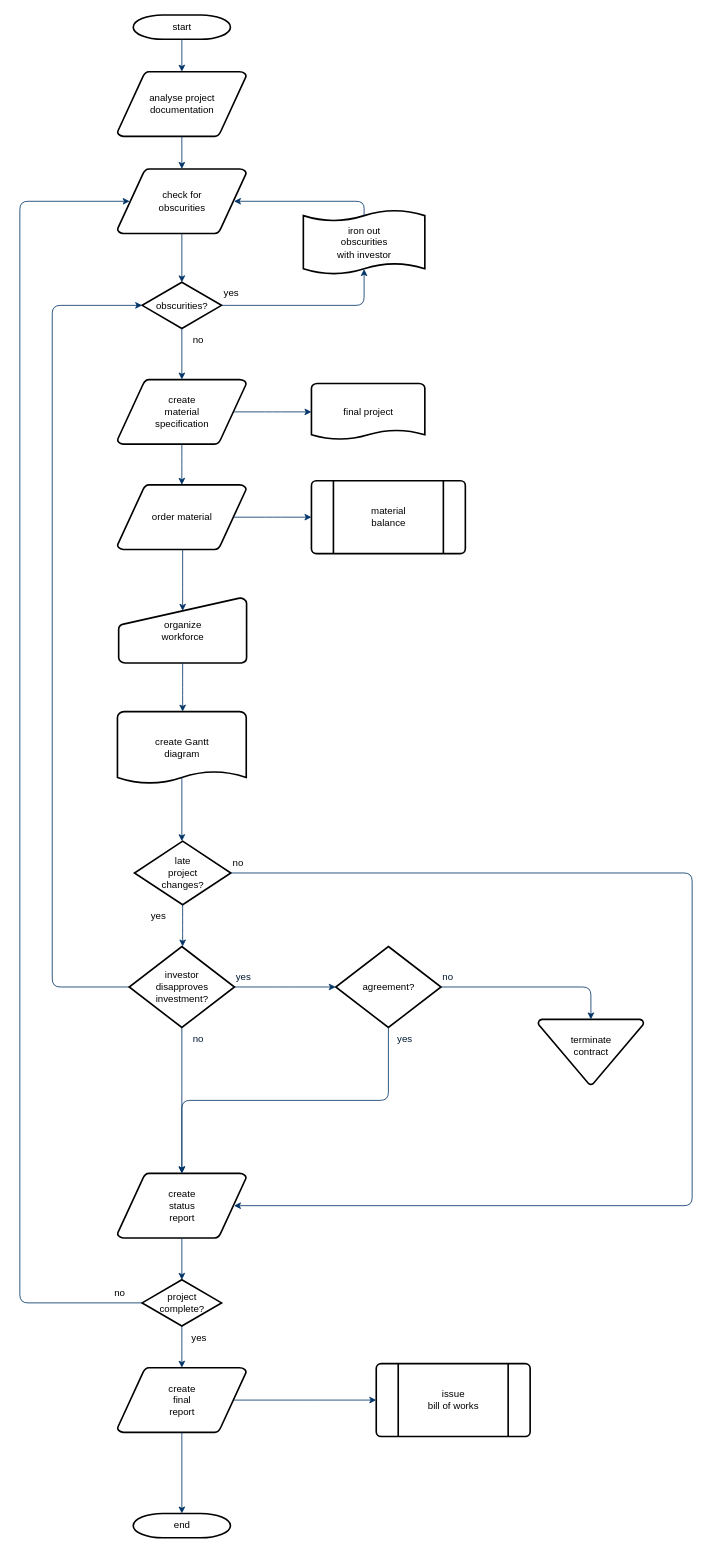
The draw.io diagram diagrams/if_else_diagram.drawio in NimblePython/BasicRepository, before the edit. Source tidied: cells renumbered, new cells numbered last; positions are measured from the earlier drawing's top-left corner, leaving out a move shared by most shapes. Both pictures are drawn from the tidied source at 81%, with x=0, y=0 at pixel (19, 15).
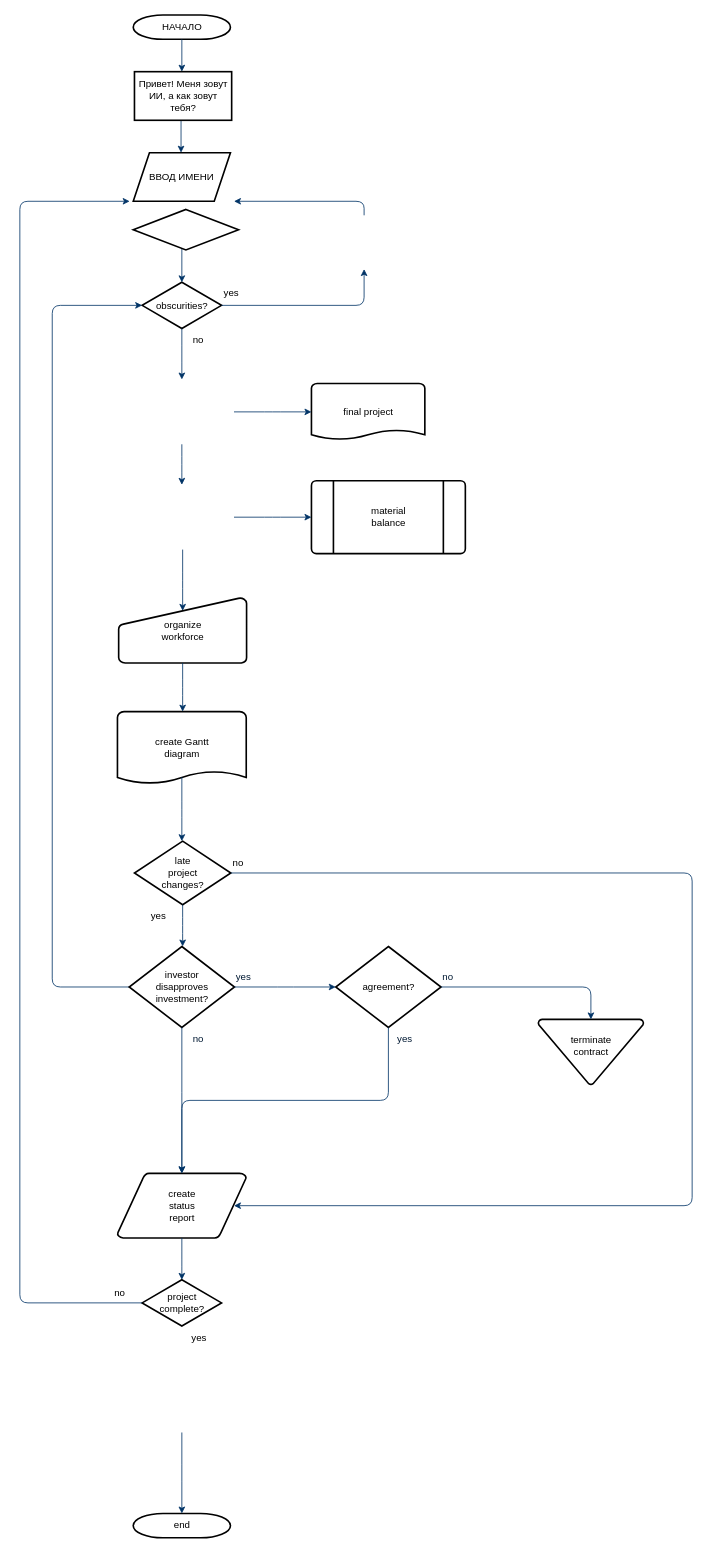
The same page after the edit.

Unchanged cells that the change refers to:
```xml
<mxCell id="6" value="obscurities?" style="shape=mxgraph.flowchart.decision;strokeWidth=2;gradientColor=none;gradientDirection=north;fontStyle=0;html=1;" parent="1" vertex="1">
  <mxGeometry x="151" y="330" width="98" height="57" as="geometry" />
</mxCell>
<mxCell id="15" value="final project" style="shape=mxgraph.flowchart.document;strokeWidth=2;gradientColor=none;gradientDirection=north;fontStyle=0;html=1;" parent="1" vertex="1">
  <mxGeometry x="360" y="455" width="140" height="70" as="geometry" />
</mxCell>
<mxCell id="18" value="material&#10;balance" style="shape=mxgraph.flowchart.predefined_process;strokeWidth=2;gradientColor=none;gradientDirection=north;fontStyle=0;html=1;" parent="1" vertex="1">
  <mxGeometry x="360" y="575" width="190" height="90" as="geometry" />
</mxCell>
<mxCell id="20" value="organize &#10;workforce" style="shape=mxgraph.flowchart.manual_input;strokeWidth=2;gradientColor=none;gradientDirection=north;fontStyle=0;html=1;" parent="1" vertex="1">
  <mxGeometry x="122" y="720" width="158" height="80" as="geometry" />
</mxCell>
<mxCell id="37" value="project&#10;complete?" style="shape=mxgraph.flowchart.decision;strokeWidth=2;gradientColor=none;gradientDirection=north;fontStyle=0;html=1;" parent="1" vertex="1">
  <mxGeometry x="151" y="1561.5" width="98" height="57" as="geometry" />
</mxCell>
<mxCell id="40" value="end" style="shape=mxgraph.flowchart.terminator;strokeWidth=2;gradientColor=none;gradientDirection=north;fontStyle=0;html=1;" parent="1" vertex="1">
  <mxGeometry x="140" y="1850" width="120" height="30" as="geometry" />
</mxCell>
```

Change to the diagram source:
```diff
@@
-    <mxCell id="2" value="start" style="shape=mxgraph.flowchart.terminator;strokeWidth=2;gradientColor=none;gradientDirection=north;fontStyle=0;html=1;" parent="1" vertex="1">
+    <mxCell id="2" value="НАЧАЛО" style="shape=mxgraph.flowchart.terminator;strokeWidth=2;gradientColor=none;gradientDirection=north;fontStyle=0;html=1;" parent="1" vertex="1">
       <mxGeometry x="140" width="120" height="30" as="geometry" />
     </mxCell>
-    <mxCell id="3" value="analyse project&#10; documentation" style="shape=mxgraph.flowchart.data;strokeWidth=2;gradientColor=none;gradientDirection=north;fontStyle=0;html=1;" parent="1" vertex="1">
-      <mxGeometry x="120.5" y="70" width="159" height="80" as="geometry" />
-    </mxCell>
-    <mxCell id="4" value="create&#10;material&#10;specification" style="shape=mxgraph.flowchart.data;strokeWidth=2;gradientColor=none;gradientDirection=north;fontStyle=0;html=1;" parent="1" vertex="1">
-      <mxGeometry x="120.5" y="450" width="159" height="80" as="geometry" />
-    </mxCell>
-    <mxCell id="5" value="check for&#10;obscurities" style="shape=mxgraph.flowchart.data;strokeWidth=2;gradientColor=none;gradientDirection=north;fontStyle=0;html=1;" parent="1" vertex="1">
-      <mxGeometry x="120.5" y="190" width="159" height="80" as="geometry" />
-    </mxCell>
@@
-    <mxCell id="7" style="fontStyle=1;strokeColor=#003366;strokeWidth=1;html=1;" parent="1" edge="1" source="2" target="3">
-      <mxGeometry relative="1" as="geometry" />
+    <mxCell id="7" style="fontStyle=1;strokeColor=#003366;strokeWidth=1;html=1;" parent="1" edge="1" source="2">
+      <mxGeometry relative="1" as="geometry">
+        <mxPoint x="200" y="70" as="targetPoint" />
+      </mxGeometry>
     </mxCell>
-    <mxCell id="8" style="fontStyle=1;strokeColor=#003366;strokeWidth=1;html=1;" parent="1" edge="1" source="3" target="5">
-      <mxGeometry relative="1" as="geometry" />
+    <mxCell id="8" style="fontStyle=1;strokeColor=#003366;strokeWidth=1;html=1;" parent="1" edge="1">
+      <mxGeometry relative="1" as="geometry">
+        <mxPoint x="199" y="130" as="sourcePoint" />
+        <mxPoint x="199" y="170" as="targetPoint" />
+      </mxGeometry>
     </mxCell>
-    <mxCell id="9" style="entryX=0.5;entryY=0;entryPerimeter=0;fontStyle=1;strokeColor=#003366;strokeWidth=1;html=1;" parent="1" edge="1" source="5" target="6">
-      <mxGeometry relative="1" as="geometry" />
+    <mxCell id="9" style="entryX=0.5;entryY=0;entryPerimeter=0;fontStyle=1;strokeColor=#003366;strokeWidth=1;html=1;" parent="1" edge="1" target="6">
+      <mxGeometry relative="1" as="geometry">
+        <mxPoint x="200" y="270" as="sourcePoint" />
+      </mxGeometry>
     </mxCell>
-    <mxCell id="10" style="edgeStyle=elbowEdgeStyle;elbow=horizontal;entryX=0.5;entryY=0.91;entryPerimeter=0;exitX=1;exitY=0.5;exitPerimeter=0;fontStyle=1;strokeColor=#003366;strokeWidth=1;html=1;" parent="1" edge="1" source="6" target="51">
+    <mxCell id="10" style="edgeStyle=elbowEdgeStyle;elbow=horizontal;entryX=0.5;entryY=0.91;entryPerimeter=0;exitX=1;exitY=0.5;exitPerimeter=0;fontStyle=1;strokeColor=#003366;strokeWidth=1;html=1;" parent="1" edge="1" source="6">
       <mxGeometry x="381" y="28.5" as="geometry">
+        <mxPoint x="425" y="313.7" as="targetPoint" />
         <Array as="points">
           <mxPoint x="425" y="340" />
         </Array>
       </mxGeometry>
     </mxCell>
@@
-    <mxCell id="12" style="edgeStyle=elbowEdgeStyle;elbow=horizontal;fontColor=#001933;fontStyle=1;strokeColor=#003366;strokeWidth=1;html=1;" parent="1" edge="1" source="6" target="4">
-      <mxGeometry as="geometry" />
+    <mxCell id="12" style="edgeStyle=elbowEdgeStyle;elbow=horizontal;fontColor=#001933;fontStyle=1;strokeColor=#003366;strokeWidth=1;html=1;" parent="1" edge="1" source="6">
+      <mxGeometry as="geometry">
+        <mxPoint x="200" y="450" as="targetPoint" />
+      </mxGeometry>
     </mxCell>
-    <mxCell id="13" value="order material" style="shape=mxgraph.flowchart.data;strokeWidth=2;gradientColor=none;gradientDirection=north;fontStyle=0;html=1;" parent="1" vertex="1">
-      <mxGeometry x="120.5" y="580" width="159" height="80" as="geometry" />
-    </mxCell>
@@
-    <mxCell id="16" style="edgeStyle=elbowEdgeStyle;elbow=horizontal;exitX=0.905;exitY=0.5;exitPerimeter=0;fontStyle=1;strokeColor=#003366;strokeWidth=1;html=1;" parent="1" edge="1" source="4" target="15">
-      <mxGeometry as="geometry" />
+    <mxCell id="16" style="edgeStyle=elbowEdgeStyle;elbow=horizontal;exitX=0.905;exitY=0.5;exitPerimeter=0;fontStyle=1;strokeColor=#003366;strokeWidth=1;html=1;" parent="1" edge="1" target="15">
+      <mxGeometry as="geometry">
+        <mxPoint x="264.4" y="490" as="sourcePoint" />
+      </mxGeometry>
     </mxCell>
-    <mxCell id="17" style="edgeStyle=elbowEdgeStyle;elbow=horizontal;fontStyle=1;strokeColor=#003366;strokeWidth=1;html=1;" parent="1" edge="1" source="4" target="13">
-      <mxGeometry as="geometry" />
+    <mxCell id="17" style="edgeStyle=elbowEdgeStyle;elbow=horizontal;fontStyle=1;strokeColor=#003366;strokeWidth=1;html=1;" parent="1" edge="1">
+      <mxGeometry as="geometry">
+        <mxPoint x="200" y="530" as="sourcePoint" />
+        <mxPoint x="200" y="580" as="targetPoint" />
+      </mxGeometry>
     </mxCell>
@@
-    <mxCell id="19" style="edgeStyle=elbowEdgeStyle;elbow=horizontal;exitX=0.905;exitY=0.5;exitPerimeter=0;fontStyle=1;strokeColor=#003366;strokeWidth=1;html=1;" parent="1" edge="1" source="13" target="18">
-      <mxGeometry as="geometry" />
+    <mxCell id="19" style="edgeStyle=elbowEdgeStyle;elbow=horizontal;exitX=0.905;exitY=0.5;exitPerimeter=0;fontStyle=1;strokeColor=#003366;strokeWidth=1;html=1;" parent="1" edge="1" target="18">
+      <mxGeometry as="geometry">
+        <mxPoint x="264.4" y="620" as="sourcePoint" />
+      </mxGeometry>
     </mxCell>
@@
-    <mxCell id="21" style="edgeStyle=elbowEdgeStyle;elbow=horizontal;entryX=0.5;entryY=0.195;entryPerimeter=0;fontStyle=1;strokeColor=#003366;strokeWidth=1;html=1;" parent="1" edge="1" source="13" target="20">
-      <mxGeometry as="geometry" />
+    <mxCell id="21" style="edgeStyle=elbowEdgeStyle;elbow=horizontal;entryX=0.5;entryY=0.195;entryPerimeter=0;fontStyle=1;strokeColor=#003366;strokeWidth=1;html=1;" parent="1" edge="1" target="20">
+      <mxGeometry as="geometry">
+        <mxPoint x="201" y="660" as="sourcePoint" />
+      </mxGeometry>
     </mxCell>
@@
-    <mxCell id="38" value="create&#10;final&#10;report" style="shape=mxgraph.flowchart.data;strokeWidth=2;gradientColor=none;gradientDirection=north;fontStyle=0;html=1;" parent="1" vertex="1">
-      <mxGeometry x="120.5" y="1670" width="159" height="80" as="geometry" />
-    </mxCell>
-    <mxCell id="39" value="issue&#10;bill of works" style="shape=mxgraph.flowchart.predefined_process;strokeWidth=2;gradientColor=none;gradientDirection=north;fontStyle=0;html=1;" parent="1" vertex="1">
-      <mxGeometry x="440" y="1665" width="190" height="90" as="geometry" />
-    </mxCell>
@@
-    <mxCell id="42" style="edgeStyle=elbowEdgeStyle;elbow=vertical;exitX=0.5;exitY=1;exitPerimeter=0;entryX=0.5;entryY=0;entryPerimeter=0;fontStyle=1;strokeColor=#003366;strokeWidth=1;html=1;" parent="1" edge="1" source="37" target="38">
-      <mxGeometry as="geometry" />
-    </mxCell>
-    <mxCell id="43" style="edgeStyle=elbowEdgeStyle;elbow=vertical;exitX=0.5;exitY=1;exitPerimeter=0;entryX=0.5;entryY=0;entryPerimeter=0;fontStyle=1;strokeColor=#003366;strokeWidth=1;html=1;" parent="1" edge="1" source="38" target="40">
-      <mxGeometry as="geometry" />
+    <mxCell id="43" style="edgeStyle=elbowEdgeStyle;elbow=vertical;exitX=0.5;exitY=1;exitPerimeter=0;entryX=0.5;entryY=0;entryPerimeter=0;fontStyle=1;strokeColor=#003366;strokeWidth=1;html=1;" parent="1" edge="1" target="40">
+      <mxGeometry as="geometry">
+        <mxPoint x="200" y="1750" as="sourcePoint" />
+      </mxGeometry>
     </mxCell>
-    <mxCell id="44" style="edgeStyle=elbowEdgeStyle;elbow=vertical;exitX=0.905;exitY=0.5;exitPerimeter=0;entryX=0;entryY=0.5;entryPerimeter=0;fontStyle=1;strokeColor=#003366;strokeWidth=1;html=1;" parent="1" edge="1" source="38" target="39">
-      <mxGeometry as="geometry" />
-    </mxCell>
@@
-    <mxCell id="51" value="iron out&#10;obscurities &#10;with investor" style="shape=mxgraph.flowchart.paper_tape;strokeWidth=2;gradientColor=none;gradientDirection=north;fontStyle=0;html=1;" parent="1" vertex="1">
-      <mxGeometry x="350" y="240" width="150" height="81" as="geometry" />
-    </mxCell>
-    <mxCell id="52" style="edgeStyle=elbowEdgeStyle;elbow=horizontal;exitX=0.5;exitY=0.09;exitPerimeter=0;entryX=0.905;entryY=0.5;entryPerimeter=0;fontStyle=1;strokeColor=#003366;strokeWidth=1;html=1;" parent="1" edge="1" source="51" target="5">
+    <mxCell id="52" style="edgeStyle=elbowEdgeStyle;elbow=horizontal;exitX=0.5;exitY=0.09;exitPerimeter=0;entryX=0.905;entryY=0.5;entryPerimeter=0;fontStyle=1;strokeColor=#003366;strokeWidth=1;html=1;" parent="1" edge="1">
       <mxGeometry as="geometry">
+        <mxPoint x="425" y="247.3" as="sourcePoint" />
+        <mxPoint x="264.4" y="230" as="targetPoint" />
         <Array as="points">
           <mxPoint x="425" y="240" />
         </Array>
       </mxGeometry>
     </mxCell>
@@
-    <mxCell id="54" style="edgeStyle=elbowEdgeStyle;elbow=horizontal;exitX=0;exitY=0.5;exitPerimeter=0;entryX=0.095;entryY=0.5;entryPerimeter=0;fontStyle=1;strokeColor=#003366;strokeWidth=1;html=1;" parent="1" edge="1" source="37" target="5">
+    <mxCell id="54" style="edgeStyle=elbowEdgeStyle;elbow=horizontal;exitX=0;exitY=0.5;exitPerimeter=0;entryX=0.095;entryY=0.5;entryPerimeter=0;fontStyle=1;strokeColor=#003366;strokeWidth=1;html=1;" parent="1" edge="1" source="37">
       <mxGeometry as="geometry">
+        <mxPoint x="135.6" y="230" as="targetPoint" />
         <Array as="points">
           <mxPoint y="910" />
         </Array>
       </mxGeometry>
     </mxCell>
@@
+    <mxCell id="56" value="Привет! Меня зовут ИИ, а как зовут тебя?" style="rounded=0;whiteSpace=wrap;html=1;strokeWidth=2;" parent="1" vertex="1">
+      <mxGeometry x="141.5" y="70" width="120" height="60" as="geometry" />
+    </mxCell>
+    <mxCell id="57" value="ВВОД ИМЕНИ" style="shape=parallelogram;perimeter=parallelogramPerimeter;whiteSpace=wrap;html=1;fixedSize=1;strokeWidth=2;" parent="1" vertex="1">
+      <mxGeometry x="140" y="170" width="120" height="60" as="geometry" />
+    </mxCell>
+    <mxCell id="58" style="rhombus;whiteSpace=wrap;html=1;strokeWidth=2;" parent="1" vertex="1">
+      <mxGeometry x="140" y="240" width="130" height="50" as="geometry" />
+    </mxCell>
```
